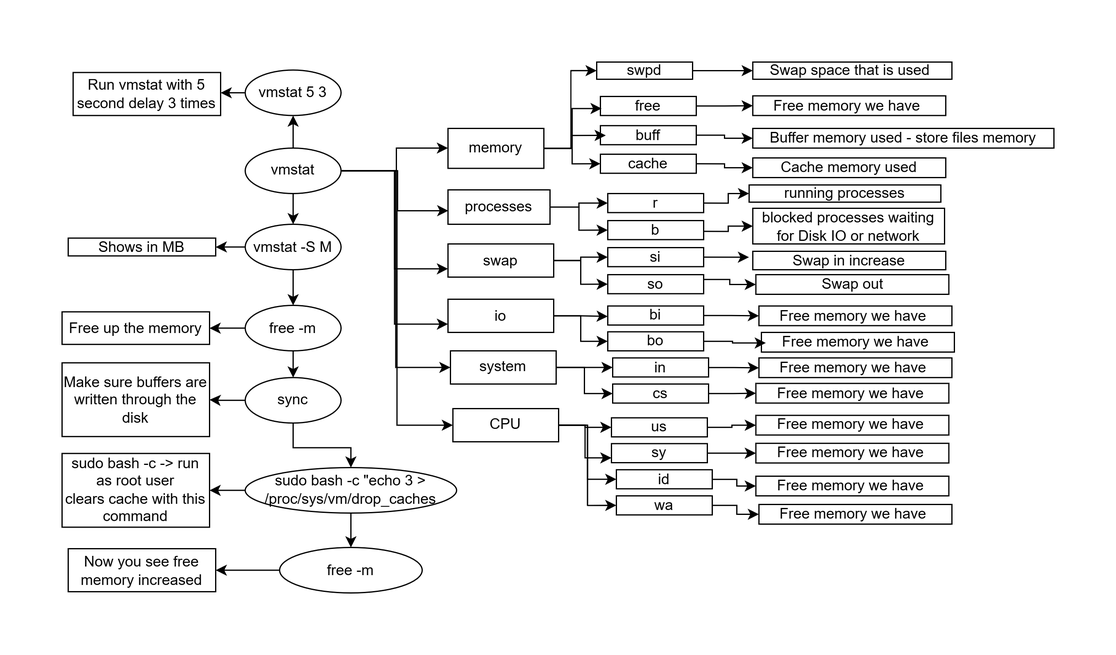
Above: linuxvideo.drawio.png in shilpathota/FlowCharts (draw.io), before the change. Source tidied: cells renumbered, new cells last; positions are measured from the earlier drawing's top-left corner, leaving out a move shared by most shapes.
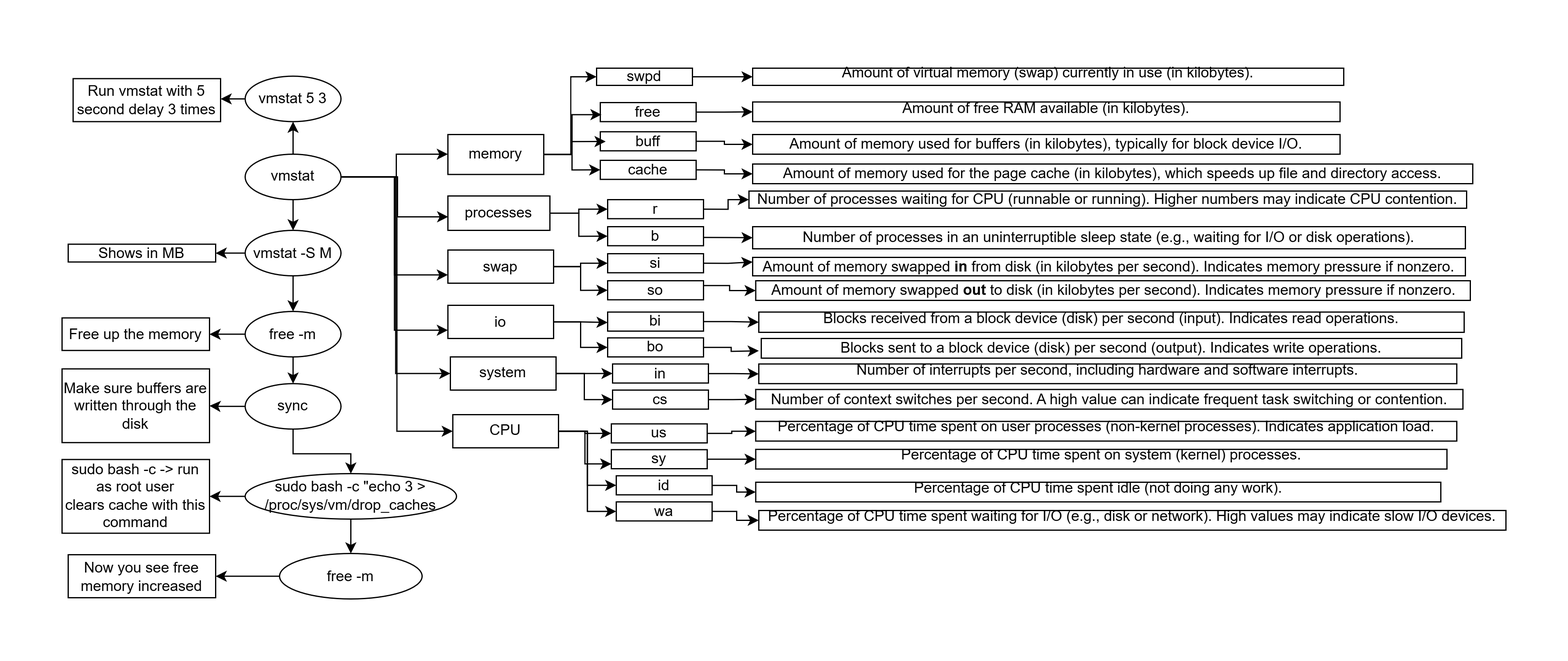
Above is the later version.

What changed in the source:
```diff
@@ -202,28 +202,28 @@
     <mxCell id="62" value="wa" style="whiteSpace=wrap;html=1;" parent="1" vertex="1">
       <mxGeometry x="451" y="353" width="78" height="15.5" as="geometry" />
     </mxCell>
-    <mxCell id="63" value="running processes" style="whiteSpace=wrap;html=1;" parent="1" vertex="1">
-      <mxGeometry x="559" y="100" width="156" height="14" as="geometry" />
+    <mxCell id="63" value="Number of processes waiting for CPU (runnable or running). Higher numbers may indicate CPU contention." style="whiteSpace=wrap;html=1;" parent="1" vertex="1">
+      <mxGeometry x="559" y="100" width="584" height="14" as="geometry" />
     </mxCell>
-    <mxCell id="64" value="blocked processes waiting for Disk IO or network" style="whiteSpace=wrap;html=1;" parent="1" vertex="1">
-      <mxGeometry x="562" y="119" width="156" height="29" as="geometry" />
+    <mxCell id="64" value="&lt;table&gt;&lt;tbody&gt;&lt;tr&gt;&lt;td&gt;Number of processes in an uninterruptible sleep state (e.g., waiting for I/O or disk operations).&lt;/td&gt;&lt;/tr&gt;&lt;/tbody&gt;&lt;/table&gt;" style="whiteSpace=wrap;html=1;" parent="1" vertex="1">
+      <mxGeometry x="562" y="129" width="580" height="18" as="geometry" />
     </mxCell>
-    <mxCell id="65" value="Swap space that is used&amp;nbsp;" style="whiteSpace=wrap;html=1;" parent="1" vertex="1">
-      <mxGeometry x="562" width="162" height="14" as="geometry" />
+    <mxCell id="65" value="&lt;table&gt;&lt;tbody&gt;&lt;tr&gt;&lt;td&gt;Amount of virtual memory (swap) currently in use (in kilobytes).&lt;/td&gt;&lt;/tr&gt;&lt;/tbody&gt;&lt;/table&gt;&lt;table&gt;&lt;tbody&gt;&lt;tr&gt;&lt;td&gt;&lt;/td&gt;&lt;/tr&gt;&lt;/tbody&gt;&lt;/table&gt;" style="whiteSpace=wrap;html=1;" parent="1" vertex="1">
+      <mxGeometry x="562" width="481" height="14" as="geometry" />
     </mxCell>
-    <mxCell id="66" value="Free memory we have&amp;nbsp;" style="rounded=0;whiteSpace=wrap;html=1;" parent="1" vertex="1">
-      <mxGeometry x="562" y="27.5" width="157" height="16" as="geometry" />
+    <mxCell id="66" value="&lt;table&gt;&lt;tbody&gt;&lt;tr&gt;&lt;td&gt;Amount of free RAM available (in kilobytes).&lt;/td&gt;&lt;/tr&gt;&lt;/tbody&gt;&lt;/table&gt;&lt;table&gt;&lt;tbody&gt;&lt;tr&gt;&lt;td&gt;&lt;/td&gt;&lt;/tr&gt;&lt;/tbody&gt;&lt;/table&gt;" style="rounded=0;whiteSpace=wrap;html=1;" parent="1" vertex="1">
+      <mxGeometry x="562" y="27.5" width="478" height="16" as="geometry" />
     </mxCell>
-    <mxCell id="67" value="Buffer memory used - store files memory" style="rounded=0;whiteSpace=wrap;html=1;" parent="1" vertex="1">
-      <mxGeometry x="562" y="54" width="245" height="16" as="geometry" />
+    <mxCell id="67" value="Amount of memory used for buffers (in kilobytes), typically for block device I/O." style="rounded=0;whiteSpace=wrap;html=1;" parent="1" vertex="1">
+      <mxGeometry x="562" y="54" width="478" height="16" as="geometry" />
     </mxCell>
-    <mxCell id="68" value="Cache memory used" style="rounded=0;whiteSpace=wrap;html=1;" parent="1" vertex="1">
-      <mxGeometry x="562" y="78" width="157" height="16" as="geometry" />
+    <mxCell id="68" value="Amount of memory used for the page cache (in kilobytes), which speeds up file and directory access." style="rounded=0;whiteSpace=wrap;html=1;" parent="1" vertex="1">
+      <mxGeometry x="562" y="78" width="586" height="16" as="geometry" />
     </mxCell>
-    <mxCell id="69" value="Swap in increase" style="rounded=0;whiteSpace=wrap;html=1;" parent="1" vertex="1">
-      <mxGeometry x="562" y="154" width="157" height="15" as="geometry" />
+    <mxCell id="69" value="Amount of memory swapped &lt;strong&gt;in&lt;/strong&gt; from disk (in kilobytes per second). Indicates memory pressure if nonzero." style="rounded=0;whiteSpace=wrap;html=1;" parent="1" vertex="1">
+      <mxGeometry x="562" y="154" width="580" height="15" as="geometry" />
     </mxCell>
-    <mxCell id="70" style="edgeStyle=orthogonalEdgeStyle;rounded=0;jettySize=auto;html=1;exitX=1;exitY=0.5;exitDx=0;exitDy=0;entryX=-0.02;entryY=0.369;entryDx=0;entryDy=0;entryPerimeter=0;" parent="1" edge="1" source="44" target="69">
+    <mxCell id="70" style="edgeStyle=orthogonalEdgeStyle;rounded=0;jettySize=auto;html=1;exitX=1;exitY=0.5;exitDx=0;exitDy=0;entryX=0;entryY=0.25;entryDx=0;entryDy=0;" parent="1" edge="1" source="44" target="69">
       <mxGeometry relative="1" as="geometry" />
     </mxCell>
     <mxCell id="71" style="edgeStyle=orthogonalEdgeStyle;rounded=0;jettySize=auto;html=1;" parent="1" edge="1" source="73" target="74">
@@ -238,35 +238,37 @@
     <mxCell id="74" value="Shows in MB" style="whiteSpace=wrap;html=1;" parent="1" vertex="1">
       <mxGeometry x="5" y="143.2" width="120" height="14.5" as="geometry" />
     </mxCell>
-    <mxCell id="75" value="Swap out" style="rounded=0;whiteSpace=wrap;html=1;" parent="1" vertex="1">
-      <mxGeometry x="564.5" y="173" width="157" height="16" as="geometry" />
+    <mxCell id="75" value="Amount of memory swapped &lt;strong&gt;out&lt;/strong&gt; to disk (in kilobytes per second). Indicates memory pressure if nonzero." style="rounded=0;whiteSpace=wrap;html=1;" parent="1" vertex="1">
+      <mxGeometry x="564.5" y="173" width="581.5" height="16" as="geometry" />
     </mxCell>
-    <mxCell id="76" value="Free memory we have&amp;nbsp;" style="rounded=0;whiteSpace=wrap;html=1;" parent="1" vertex="1">
-      <mxGeometry x="567" y="198.5" width="157" height="16" as="geometry" />
+    <mxCell id="76" value="&lt;table&gt;&lt;tbody&gt;&lt;tr&gt;&lt;td&gt;Blocks received from a block device (disk) per second (input). Indicates read operations.&lt;/td&gt;&lt;/tr&gt;&lt;/tbody&gt;&lt;/table&gt;&lt;table&gt;&lt;tbody&gt;&lt;tr&gt;&lt;td&gt;&lt;/td&gt;&lt;/tr&gt;&lt;/tbody&gt;&lt;/table&gt;" style="rounded=0;whiteSpace=wrap;html=1;" parent="1" vertex="1">
+      <mxGeometry x="567" y="198.5" width="574" height="16.5" as="geometry" />
     </mxCell>
-    <mxCell id="77" value="Free memory we have&amp;nbsp;" style="rounded=0;whiteSpace=wrap;html=1;" parent="1" vertex="1">
-      <mxGeometry x="569" y="220" width="157" height="16" as="geometry" />
+    <mxCell id="77" value="&lt;table&gt;&lt;tbody&gt;&lt;tr&gt;&lt;td&gt;Blocks sent to a block device (disk) per second (output). Indicates write operations.&lt;/td&gt;&lt;/tr&gt;&lt;/tbody&gt;&lt;/table&gt;" style="rounded=0;whiteSpace=wrap;html=1;" parent="1" vertex="1">
+      <mxGeometry x="569" y="220" width="570" height="16" as="geometry" />
     </mxCell>
-    <mxCell id="78" style="edgeStyle=orthogonalEdgeStyle;rounded=0;jettySize=auto;html=1;entryX=0.023;entryY=0.536;entryDx=0;entryDy=0;entryPerimeter=0;" parent="1" edge="1" source="49" target="77">
-      <mxGeometry relative="1" as="geometry" />
+    <mxCell id="78" style="edgeStyle=orthogonalEdgeStyle;rounded=0;jettySize=auto;html=1;" parent="1" edge="1" source="49">
+      <mxGeometry relative="1" as="geometry">
+        <mxPoint x="567" y="230" as="targetPoint" />
+      </mxGeometry>
     </mxCell>
-    <mxCell id="79" value="Free memory we have&amp;nbsp;" style="rounded=0;whiteSpace=wrap;html=1;" parent="1" vertex="1">
-      <mxGeometry x="567" y="240.8" width="157" height="16" as="geometry" />
+    <mxCell id="79" value="&lt;table&gt;&lt;tbody&gt;&lt;tr&gt;&lt;td&gt;Number of interrupts per second, including hardware and software interrupts.&lt;/td&gt;&lt;/tr&gt;&lt;/tbody&gt;&lt;/table&gt;&lt;table&gt;&lt;tbody&gt;&lt;tr&gt;&lt;td&gt;&lt;/td&gt;&lt;/tr&gt;&lt;/tbody&gt;&lt;/table&gt;" style="rounded=0;whiteSpace=wrap;html=1;" parent="1" vertex="1">
+      <mxGeometry x="567" y="240.8" width="568" height="16" as="geometry" />
     </mxCell>
-    <mxCell id="80" value="Free memory we have&amp;nbsp;" style="rounded=0;whiteSpace=wrap;html=1;" parent="1" vertex="1">
-      <mxGeometry x="564.5" y="261.5" width="157" height="16" as="geometry" />
+    <mxCell id="80" value="&lt;table&gt;&lt;tbody&gt;&lt;tr&gt;&lt;td&gt;Number of context switches per second. A high value can indicate frequent task switching or contention.&lt;/td&gt;&lt;/tr&gt;&lt;/tbody&gt;&lt;/table&gt;" style="rounded=0;whiteSpace=wrap;html=1;" parent="1" vertex="1">
+      <mxGeometry x="564.5" y="261.5" width="575.5" height="16" as="geometry" />
     </mxCell>
-    <mxCell id="81" value="Free memory we have&amp;nbsp;" style="rounded=0;whiteSpace=wrap;html=1;" parent="1" vertex="1">
-      <mxGeometry x="564.5" y="287.5" width="157" height="16" as="geometry" />
+    <mxCell id="81" value="&lt;table&gt;&lt;tbody&gt;&lt;tr&gt;&lt;td&gt;Percentage of CPU time spent on user processes (non-kernel processes). Indicates application load.&lt;/td&gt;&lt;/tr&gt;&lt;/tbody&gt;&lt;/table&gt;&lt;table&gt;&lt;tbody&gt;&lt;tr&gt;&lt;td&gt;&lt;/td&gt;&lt;/tr&gt;&lt;/tbody&gt;&lt;/table&gt;" style="rounded=0;whiteSpace=wrap;html=1;" parent="1" vertex="1">
+      <mxGeometry x="564.5" y="287.5" width="570.5" height="16" as="geometry" />
     </mxCell>
-    <mxCell id="82" value="Free memory we have&amp;nbsp;" style="rounded=0;whiteSpace=wrap;html=1;" parent="1" vertex="1">
-      <mxGeometry x="564.5" y="310.2" width="157" height="16" as="geometry" />
+    <mxCell id="82" value="&lt;table&gt;&lt;tbody&gt;&lt;tr&gt;&lt;td&gt;Percentage of CPU time spent on system (kernel) processes.&lt;/td&gt;&lt;/tr&gt;&lt;/tbody&gt;&lt;/table&gt;&lt;table&gt;&lt;tbody&gt;&lt;tr&gt;&lt;td&gt;&lt;/td&gt;&lt;/tr&gt;&lt;/tbody&gt;&lt;/table&gt;" style="rounded=0;whiteSpace=wrap;html=1;" parent="1" vertex="1">
+      <mxGeometry x="564.5" y="310.2" width="562.5" height="16" as="geometry" />
     </mxCell>
-    <mxCell id="83" value="Free memory we have&amp;nbsp;" style="rounded=0;whiteSpace=wrap;html=1;" parent="1" vertex="1">
-      <mxGeometry x="564.5" y="337" width="157" height="16" as="geometry" />
+    <mxCell id="83" value="&lt;table&gt;&lt;tbody&gt;&lt;tr&gt;&lt;td&gt;Percentage of CPU time spent idle (not doing any work).&lt;/td&gt;&lt;/tr&gt;&lt;/tbody&gt;&lt;/table&gt;&lt;table&gt;&lt;tbody&gt;&lt;tr&gt;&lt;td&gt;&lt;/td&gt;&lt;/tr&gt;&lt;/tbody&gt;&lt;/table&gt;" style="rounded=0;whiteSpace=wrap;html=1;" parent="1" vertex="1">
+      <mxGeometry x="564.5" y="337" width="557.5" height="16" as="geometry" />
     </mxCell>
-    <mxCell id="84" value="Free memory we have&amp;nbsp;" style="rounded=0;whiteSpace=wrap;html=1;" parent="1" vertex="1">
-      <mxGeometry x="567" y="360" width="157" height="16" as="geometry" />
+    <mxCell id="84" value="&lt;table&gt;&lt;tbody&gt;&lt;tr&gt;&lt;td&gt;Percentage of CPU time spent waiting for I/O (e.g., disk or network). High values may indicate slow I/O devices.&lt;/td&gt;&lt;/tr&gt;&lt;/tbody&gt;&lt;/table&gt;&lt;table&gt;&lt;tbody&gt;&lt;tr&gt;&lt;td&gt;&lt;/td&gt;&lt;/tr&gt;&lt;/tbody&gt;&lt;/table&gt;" style="rounded=0;whiteSpace=wrap;html=1;" parent="1" vertex="1">
+      <mxGeometry x="567" y="360" width="608" height="16" as="geometry" />
     </mxCell>
     <mxCell id="85" style="edgeStyle=orthogonalEdgeStyle;rounded=0;jettySize=auto;html=1;" parent="1" edge="1" source="87" target="88">
       <mxGeometry relative="1" as="geometry" />
```
